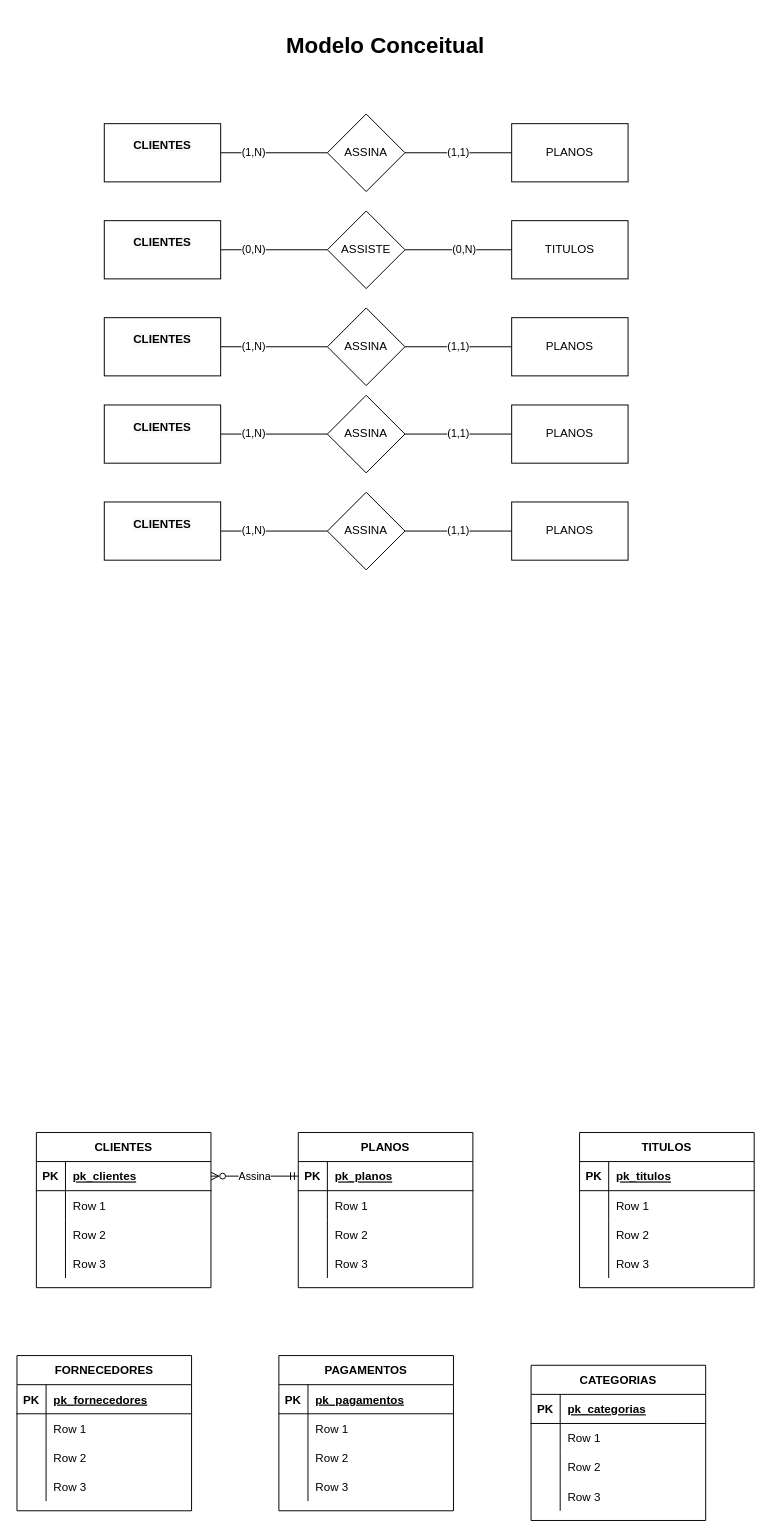
fguit/FGV_BDV_AG keeps this draw.io diagram as modelo-conceitual.drawio. Above is the earlier version. Source tidied: cells renumbered, new cells numbered last; positions are measured from the earlier drawing's top-left corner, leaving out a move shared by most shapes. Both pictures are drawn from the tidied source at 97%, with x=0, y=0 at pixel (16, 16).
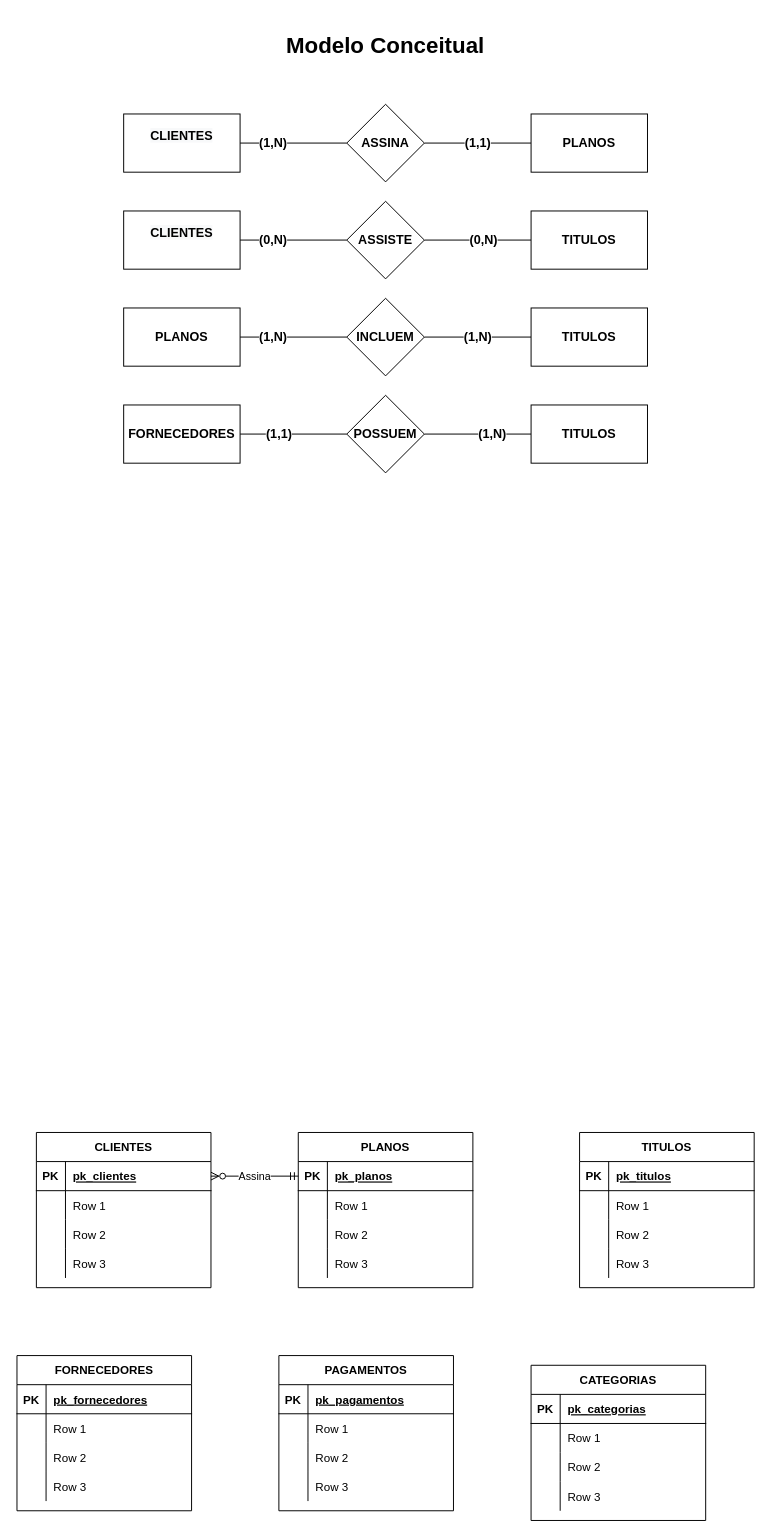
After the change.

What changed in the source:
```diff
@@
-    <mxCell id="81" value="(1,N)" style="edgeStyle=orthogonalEdgeStyle;rounded=0;jettySize=auto;html=1;exitX=1;exitY=0.5;exitDx=0;exitDy=0;entryX=0;entryY=0.5;entryDx=0;entryDy=0;startArrow=none;startFill=0;endArrow=none;endFill=0;" parent="1" edge="1" source="82" target="84">
-      <mxGeometry x="-0.38" relative="1" as="geometry" />
+    <mxCell id="81" value="(1,1)" style="edgeStyle=orthogonalEdgeStyle;rounded=0;jettySize=auto;html=1;exitX=1;exitY=0.5;exitDx=0;exitDy=0;entryX=0;entryY=0.5;entryDx=0;entryDy=0;startArrow=none;startFill=0;endArrow=none;endFill=0;fontSize=13;fontStyle=1;" parent="1" edge="1" source="82" target="84">
+      <mxGeometry x="-0.27" relative="1" as="geometry" />
     </mxCell>
-    <mxCell id="82" value="&#10;&lt;span style=&quot;color: rgb(0, 0, 0); font-family: Helvetica; font-size: 12px; font-style: normal; font-variant-ligatures: normal; font-variant-caps: normal; font-weight: 700; letter-spacing: normal; orphans: 2; text-align: center; text-indent: 0px; text-transform: none; widows: 2; word-spacing: 0px; -webkit-text-stroke-width: 0px; background-color: rgb(248, 249, 250); text-decoration-thickness: initial; text-decoration-style: initial; text-decoration-color: initial; float: none; display: inline !important;&quot;&gt;CLIENTES&lt;/span&gt;&#10;&#10;" style="rounded=0;whiteSpace=wrap;html=1;fillColor=default;" parent="1" vertex="1">
-      <mxGeometry x="90" y="400" width="120" height="60" as="geometry" />
+    <mxCell id="82" value="FORNECEDORES" style="rounded=0;whiteSpace=wrap;html=1;fillColor=default;fontSize=13;fontStyle=1;" parent="1" vertex="1">
+      <mxGeometry x="110" y="400" width="120" height="60" as="geometry" />
     </mxCell>
-    <mxCell id="83" value="(1,1)" style="edgeStyle=orthogonalEdgeStyle;rounded=0;jettySize=auto;html=1;exitX=1;exitY=0.5;exitDx=0;exitDy=0;entryX=0;entryY=0.5;entryDx=0;entryDy=0;startArrow=none;startFill=0;endArrow=none;endFill=0;" parent="1" edge="1" source="84" target="85">
-      <mxGeometry relative="1" as="geometry" />
+    <mxCell id="83" value="(1,N)" style="edgeStyle=orthogonalEdgeStyle;rounded=0;jettySize=auto;html=1;exitX=1;exitY=0.5;exitDx=0;exitDy=0;entryX=0;entryY=0.5;entryDx=0;entryDy=0;startArrow=none;startFill=0;endArrow=none;endFill=0;fontSize=13;fontStyle=1;" parent="1" edge="1" source="84" target="85">
+      <mxGeometry x="0.27" relative="1" as="geometry" />
     </mxCell>
-    <mxCell id="84" value="ASSINA" style="rhombus;whiteSpace=wrap;html=1;fillColor=default;" parent="1" vertex="1">
-      <mxGeometry x="320" y="390" width="80" height="80" as="geometry" />
+    <mxCell id="84" value="POSSUEM" style="rhombus;whiteSpace=wrap;html=1;fillColor=default;fontSize=13;fontStyle=1;" parent="1" vertex="1">
+      <mxGeometry x="340" y="390" width="80" height="80" as="geometry" />
     </mxCell>
-    <mxCell id="85" value="PLANOS" style="rounded=0;whiteSpace=wrap;html=1;fillColor=default;" parent="1" vertex="1">
-      <mxGeometry x="510" y="400" width="120" height="60" as="geometry" />
+    <mxCell id="85" value="TITULOS" style="rounded=0;whiteSpace=wrap;html=1;fillColor=default;fontSize=13;fontStyle=1;" parent="1" vertex="1">
+      <mxGeometry x="530" y="400" width="120" height="60" as="geometry" />
     </mxCell>
-    <mxCell id="86" value="(1,N)" style="edgeStyle=orthogonalEdgeStyle;rounded=0;jettySize=auto;html=1;exitX=1;exitY=0.5;exitDx=0;exitDy=0;entryX=0;entryY=0.5;entryDx=0;entryDy=0;startArrow=none;startFill=0;endArrow=none;endFill=0;" parent="1" edge="1" source="87" target="89">
-      <mxGeometry x="-0.38" relative="1" as="geometry" />
-    </mxCell>
-    <mxCell id="87" value="&#10;&lt;span style=&quot;color: rgb(0, 0, 0); font-family: Helvetica; font-size: 12px; font-style: normal; font-variant-ligatures: normal; font-variant-caps: normal; font-weight: 700; letter-spacing: normal; orphans: 2; text-align: center; text-indent: 0px; text-transform: none; widows: 2; word-spacing: 0px; -webkit-text-stroke-width: 0px; background-color: rgb(248, 249, 250); text-decoration-thickness: initial; text-decoration-style: initial; text-decoration-color: initial; float: none; display: inline !important;&quot;&gt;CLIENTES&lt;/span&gt;&#10;&#10;" style="rounded=0;whiteSpace=wrap;html=1;fillColor=default;" parent="1" vertex="1">
-      <mxGeometry x="90" y="500" width="120" height="60" as="geometry" />
-    </mxCell>
-    <mxCell id="88" value="(1,1)" style="edgeStyle=orthogonalEdgeStyle;rounded=0;jettySize=auto;html=1;exitX=1;exitY=0.5;exitDx=0;exitDy=0;entryX=0;entryY=0.5;entryDx=0;entryDy=0;startArrow=none;startFill=0;endArrow=none;endFill=0;" parent="1" edge="1" source="89" target="90">
-      <mxGeometry relative="1" as="geometry" />
-    </mxCell>
-    <mxCell id="89" value="ASSINA" style="rhombus;whiteSpace=wrap;html=1;fillColor=default;" parent="1" vertex="1">
-      <mxGeometry x="320" y="490" width="80" height="80" as="geometry" />
-    </mxCell>
-    <mxCell id="90" value="PLANOS" style="rounded=0;whiteSpace=wrap;html=1;fillColor=default;" parent="1" vertex="1">
-      <mxGeometry x="510" y="500" width="120" height="60" as="geometry" />
-    </mxCell>
-    <mxCell id="91" value="(1,N)" style="edgeStyle=orthogonalEdgeStyle;rounded=0;jettySize=auto;html=1;exitX=1;exitY=0.5;exitDx=0;exitDy=0;entryX=0;entryY=0.5;entryDx=0;entryDy=0;startArrow=none;startFill=0;endArrow=none;endFill=0;" parent="1" edge="1" source="92" target="94">
+    <mxCell id="91" value="(1,N)" style="edgeStyle=orthogonalEdgeStyle;rounded=0;jettySize=auto;html=1;exitX=1;exitY=0.5;exitDx=0;exitDy=0;entryX=0;entryY=0.5;entryDx=0;entryDy=0;startArrow=none;startFill=0;endArrow=none;endFill=0;fontSize=13;fontStyle=1;" parent="1" edge="1" source="92" target="94">
       <mxGeometry x="-0.38" relative="1" as="geometry" />
     </mxCell>
-    <mxCell id="92" value="&#10;&lt;span style=&quot;color: rgb(0, 0, 0); font-family: Helvetica; font-size: 12px; font-style: normal; font-variant-ligatures: normal; font-variant-caps: normal; font-weight: 700; letter-spacing: normal; orphans: 2; text-align: center; text-indent: 0px; text-transform: none; widows: 2; word-spacing: 0px; -webkit-text-stroke-width: 0px; background-color: rgb(248, 249, 250); text-decoration-thickness: initial; text-decoration-style: initial; text-decoration-color: initial; float: none; display: inline !important;&quot;&gt;CLIENTES&lt;/span&gt;&#10;&#10;" style="rounded=0;whiteSpace=wrap;html=1;fillColor=default;" parent="1" vertex="1">
-      <mxGeometry x="90" y="110" width="120" height="60" as="geometry" />
+    <mxCell id="92" value="&#10;&lt;span style=&quot;color: rgb(0, 0, 0); font-family: Helvetica; font-size: 13px; font-style: normal; font-variant-ligatures: normal; font-variant-caps: normal; letter-spacing: normal; orphans: 2; text-align: center; text-indent: 0px; text-transform: none; widows: 2; word-spacing: 0px; -webkit-text-stroke-width: 0px; background-color: rgb(248, 249, 250); text-decoration-thickness: initial; text-decoration-style: initial; text-decoration-color: initial; float: none; display: inline !important;&quot;&gt;CLIENTES&lt;/span&gt;&#10;&#10;" style="rounded=0;whiteSpace=wrap;html=1;fillColor=default;fontSize=13;fontStyle=1;" parent="1" vertex="1">
+      <mxGeometry x="110" y="100" width="120" height="60" as="geometry" />
     </mxCell>
-    <mxCell id="93" value="(1,1)" style="edgeStyle=orthogonalEdgeStyle;rounded=0;jettySize=auto;html=1;exitX=1;exitY=0.5;exitDx=0;exitDy=0;entryX=0;entryY=0.5;entryDx=0;entryDy=0;startArrow=none;startFill=0;endArrow=none;endFill=0;" parent="1" edge="1" source="94" target="95">
+    <mxCell id="93" value="(1,1)" style="edgeStyle=orthogonalEdgeStyle;rounded=0;jettySize=auto;html=1;exitX=1;exitY=0.5;exitDx=0;exitDy=0;entryX=0;entryY=0.5;entryDx=0;entryDy=0;startArrow=none;startFill=0;endArrow=none;endFill=0;fontSize=13;fontStyle=1;" parent="1" edge="1" source="94" target="95">
       <mxGeometry relative="1" as="geometry" />
     </mxCell>
-    <mxCell id="94" value="ASSINA" style="rhombus;whiteSpace=wrap;html=1;fillColor=default;" parent="1" vertex="1">
-      <mxGeometry x="320" y="100" width="80" height="80" as="geometry" />
+    <mxCell id="94" value="ASSINA" style="rhombus;whiteSpace=wrap;html=1;fillColor=default;fontSize=13;fontStyle=1;" parent="1" vertex="1">
+      <mxGeometry x="340" y="90" width="80" height="80" as="geometry" />
     </mxCell>
-    <mxCell id="95" value="PLANOS" style="rounded=0;whiteSpace=wrap;html=1;fillColor=default;" parent="1" vertex="1">
-      <mxGeometry x="510" y="110" width="120" height="60" as="geometry" />
+    <mxCell id="95" value="PLANOS" style="rounded=0;whiteSpace=wrap;html=1;fillColor=default;fontSize=13;fontStyle=1;" parent="1" vertex="1">
+      <mxGeometry x="530" y="100" width="120" height="60" as="geometry" />
     </mxCell>
-    <mxCell id="96" value="(0,N)" style="edgeStyle=orthogonalEdgeStyle;rounded=0;jettySize=auto;html=1;exitX=1;exitY=0.5;exitDx=0;exitDy=0;entryX=0;entryY=0.5;entryDx=0;entryDy=0;startArrow=none;startFill=0;endArrow=none;endFill=0;" parent="1" edge="1" source="97" target="99">
+    <mxCell id="96" value="(0,N)" style="edgeStyle=orthogonalEdgeStyle;rounded=0;jettySize=auto;html=1;exitX=1;exitY=0.5;exitDx=0;exitDy=0;entryX=0;entryY=0.5;entryDx=0;entryDy=0;startArrow=none;startFill=0;endArrow=none;endFill=0;fontSize=13;fontStyle=1;" parent="1" edge="1" source="97" target="99">
       <mxGeometry x="-0.38" relative="1" as="geometry">
         <Array as="points">
-          <mxPoint x="240" y="240" />
-          <mxPoint x="240" y="240" />
+          <mxPoint x="260" y="230" />
+          <mxPoint x="260" y="230" />
         </Array>
       </mxGeometry>
     </mxCell>
-    <mxCell id="97" value="&#10;&lt;span style=&quot;color: rgb(0, 0, 0); font-family: Helvetica; font-size: 12px; font-style: normal; font-variant-ligatures: normal; font-variant-caps: normal; font-weight: 700; letter-spacing: normal; orphans: 2; text-align: center; text-indent: 0px; text-transform: none; widows: 2; word-spacing: 0px; -webkit-text-stroke-width: 0px; background-color: rgb(248, 249, 250); text-decoration-thickness: initial; text-decoration-style: initial; text-decoration-color: initial; float: none; display: inline !important;&quot;&gt;CLIENTES&lt;/span&gt;&#10;&#10;" style="rounded=0;whiteSpace=wrap;html=1;fillColor=default;" parent="1" vertex="1">
-      <mxGeometry x="90" y="210" width="120" height="60" as="geometry" />
+    <mxCell id="97" value="&#10;&lt;span style=&quot;color: rgb(0, 0, 0); font-family: Helvetica; font-size: 13px; font-style: normal; font-variant-ligatures: normal; font-variant-caps: normal; letter-spacing: normal; orphans: 2; text-align: center; text-indent: 0px; text-transform: none; widows: 2; word-spacing: 0px; -webkit-text-stroke-width: 0px; background-color: rgb(248, 249, 250); text-decoration-thickness: initial; text-decoration-style: initial; text-decoration-color: initial; float: none; display: inline !important;&quot;&gt;CLIENTES&lt;/span&gt;&#10;&#10;" style="rounded=0;whiteSpace=wrap;html=1;fillColor=default;fontSize=13;fontStyle=1;" parent="1" vertex="1">
+      <mxGeometry x="110" y="200" width="120" height="60" as="geometry" />
     </mxCell>
-    <mxCell id="98" value="(0,N)" style="edgeStyle=orthogonalEdgeStyle;rounded=0;jettySize=auto;html=1;exitX=1;exitY=0.5;exitDx=0;exitDy=0;entryX=0;entryY=0.5;entryDx=0;entryDy=0;startArrow=none;startFill=0;endArrow=none;endFill=0;" parent="1" edge="1" source="99" target="100">
+    <mxCell id="98" value="(0,N)" style="edgeStyle=orthogonalEdgeStyle;rounded=0;jettySize=auto;html=1;exitX=1;exitY=0.5;exitDx=0;exitDy=0;entryX=0;entryY=0.5;entryDx=0;entryDy=0;startArrow=none;startFill=0;endArrow=none;endFill=0;fontSize=13;fontStyle=1;" parent="1" edge="1" source="99" target="100">
       <mxGeometry x="0.11" relative="1" as="geometry" />
     </mxCell>
-    <mxCell id="99" value="ASSISTE" style="rhombus;whiteSpace=wrap;html=1;fillColor=default;" parent="1" vertex="1">
-      <mxGeometry x="320" y="200" width="80" height="80" as="geometry" />
+    <mxCell id="99" value="ASSISTE" style="rhombus;whiteSpace=wrap;html=1;fillColor=default;fontSize=13;fontStyle=1;" parent="1" vertex="1">
+      <mxGeometry x="340" y="190" width="80" height="80" as="geometry" />
     </mxCell>
-    <mxCell id="100" value="TITULOS" style="rounded=0;whiteSpace=wrap;html=1;fillColor=default;" parent="1" vertex="1">
-      <mxGeometry x="510" y="210" width="120" height="60" as="geometry" />
+    <mxCell id="100" value="TITULOS" style="rounded=0;whiteSpace=wrap;html=1;fillColor=default;fontSize=13;fontStyle=1;" parent="1" vertex="1">
+      <mxGeometry x="530" y="200" width="120" height="60" as="geometry" />
     </mxCell>
-    <mxCell id="101" value="(1,N)" style="edgeStyle=orthogonalEdgeStyle;rounded=0;jettySize=auto;html=1;exitX=1;exitY=0.5;exitDx=0;exitDy=0;entryX=0;entryY=0.5;entryDx=0;entryDy=0;startArrow=none;startFill=0;endArrow=none;endFill=0;" parent="1" edge="1" source="102" target="104">
+    <mxCell id="101" value="(1,N)" style="edgeStyle=orthogonalEdgeStyle;rounded=0;jettySize=auto;html=1;exitX=1;exitY=0.5;exitDx=0;exitDy=0;entryX=0;entryY=0.5;entryDx=0;entryDy=0;startArrow=none;startFill=0;endArrow=none;endFill=0;fontSize=13;fontStyle=1;" parent="1" edge="1" source="102" target="104">
       <mxGeometry x="-0.38" relative="1" as="geometry" />
     </mxCell>
-    <mxCell id="102" value="&#10;&lt;span style=&quot;color: rgb(0, 0, 0); font-family: Helvetica; font-size: 12px; font-style: normal; font-variant-ligatures: normal; font-variant-caps: normal; font-weight: 700; letter-spacing: normal; orphans: 2; text-align: center; text-indent: 0px; text-transform: none; widows: 2; word-spacing: 0px; -webkit-text-stroke-width: 0px; background-color: rgb(248, 249, 250); text-decoration-thickness: initial; text-decoration-style: initial; text-decoration-color: initial; float: none; display: inline !important;&quot;&gt;CLIENTES&lt;/span&gt;&#10;&#10;" style="rounded=0;whiteSpace=wrap;html=1;fillColor=default;" parent="1" vertex="1">
-      <mxGeometry x="90" y="310" width="120" height="60" as="geometry" />
+    <mxCell id="102" value="PLANOS" style="rounded=0;whiteSpace=wrap;html=1;fillColor=default;fontSize=13;fontStyle=1;" parent="1" vertex="1">
+      <mxGeometry x="110" y="300" width="120" height="60" as="geometry" />
     </mxCell>
-    <mxCell id="103" value="(1,1)" style="edgeStyle=orthogonalEdgeStyle;rounded=0;jettySize=auto;html=1;exitX=1;exitY=0.5;exitDx=0;exitDy=0;entryX=0;entryY=0.5;entryDx=0;entryDy=0;startArrow=none;startFill=0;endArrow=none;endFill=0;" parent="1" edge="1" source="104" target="105">
+    <mxCell id="103" value="(1,N)" style="edgeStyle=orthogonalEdgeStyle;rounded=0;jettySize=auto;html=1;exitX=1;exitY=0.5;exitDx=0;exitDy=0;entryX=0;entryY=0.5;entryDx=0;entryDy=0;startArrow=none;startFill=0;endArrow=none;endFill=0;fontSize=13;fontStyle=1;" parent="1" edge="1" source="104" target="105">
       <mxGeometry relative="1" as="geometry" />
     </mxCell>
-    <mxCell id="104" value="ASSINA" style="rhombus;whiteSpace=wrap;html=1;fillColor=default;" parent="1" vertex="1">
-      <mxGeometry x="320" y="300" width="80" height="80" as="geometry" />
+    <mxCell id="104" value="INCLUEM" style="rhombus;whiteSpace=wrap;html=1;fillColor=default;fontSize=13;fontStyle=1;" parent="1" vertex="1">
+      <mxGeometry x="340" y="290" width="80" height="80" as="geometry" />
     </mxCell>
-    <mxCell id="105" value="PLANOS" style="rounded=0;whiteSpace=wrap;html=1;fillColor=default;" parent="1" vertex="1">
-      <mxGeometry x="510" y="310" width="120" height="60" as="geometry" />
+    <mxCell id="105" value="TITULOS" style="rounded=0;whiteSpace=wrap;html=1;fillColor=default;fontSize=13;fontStyle=1;" parent="1" vertex="1">
+      <mxGeometry x="530" y="300" width="120" height="60" as="geometry" />
     </mxCell>
```
